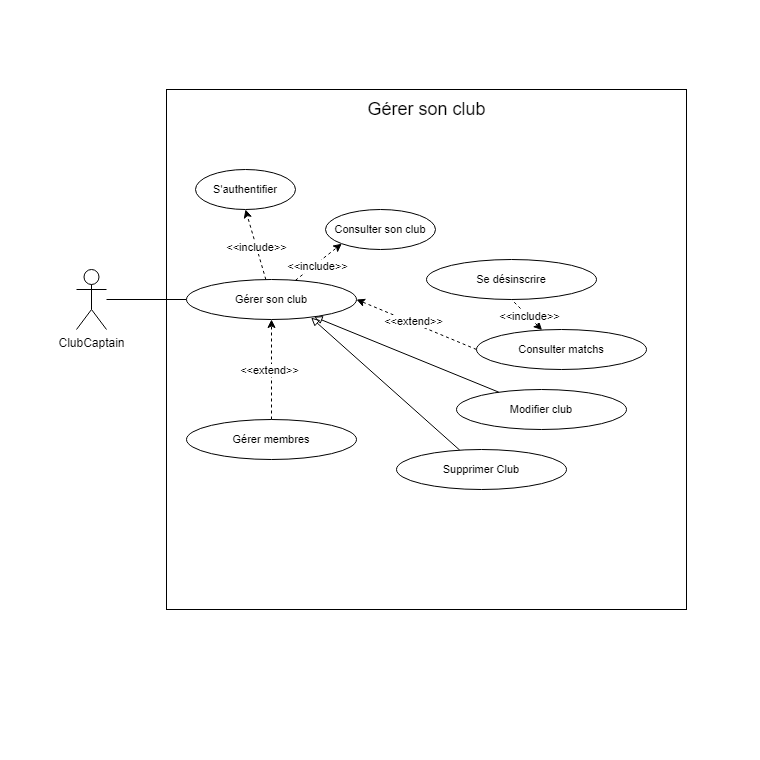
The draw.io diagram Diagram use case Gérer son club.drawio.png in Mathistrg/Styx, before a commit. Source tidied: cells renumbered, new cells last; positions are measured from the earlier drawing's top-left corner, leaving out a move shared by most shapes.
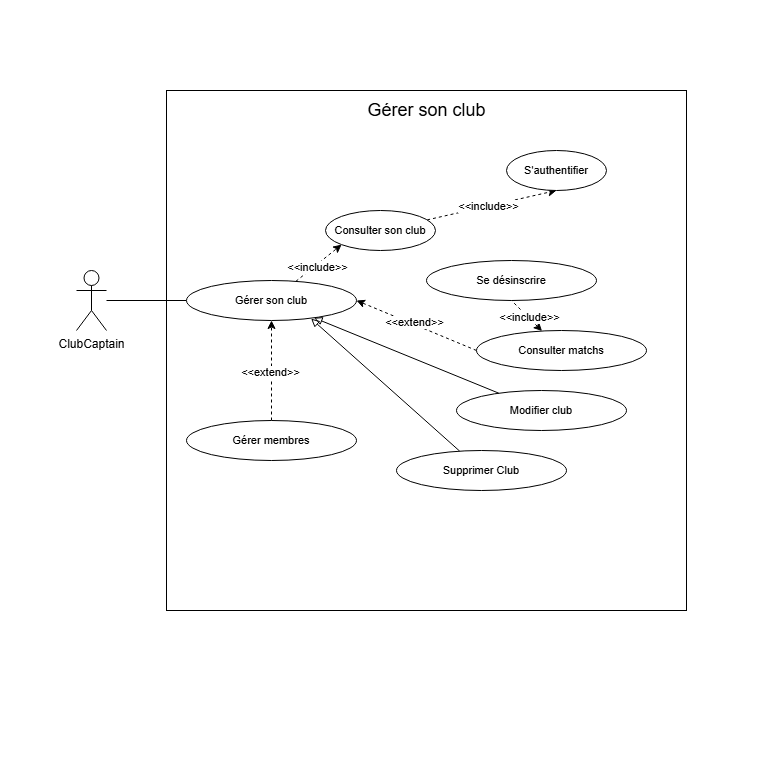
Above is the later version.

Commit message:
Mettre à jour Diagram use case Gérer son club.drawio.png

Change to the diagram source:
```diff
@@ -17,7 +17,7 @@
     <mxCell id="6" value="ClubCaptain" style="shape=umlActor;verticalLabelPosition=bottom;verticalAlign=top;html=1;outlineConnect=0;" parent="1" vertex="1">
       <mxGeometry x="76" y="270" width="30" height="60" as="geometry" />
     </mxCell>
-    <mxCell id="7" style="edgeStyle=none;shape=connector;rounded=0;jettySize=auto;html=1;entryX=0.5;entryY=1;entryDx=0;entryDy=0;dashed=1;strokeColor=default;align=center;verticalAlign=middle;fontFamily=Helvetica;fontSize=11;fontColor=default;labelBackgroundColor=default;endArrow=classic;endFill=1;" parent="1" edge="1" source="13" target="14">
+    <mxCell id="7" style="edgeStyle=none;shape=connector;rounded=0;jettySize=auto;html=1;entryX=0.5;entryY=1;entryDx=0;entryDy=0;dashed=1;strokeColor=default;align=center;verticalAlign=middle;fontFamily=Helvetica;fontSize=11;fontColor=default;labelBackgroundColor=default;endArrow=classic;endFill=1;" parent="1" edge="1" source="18" target="14">
       <mxGeometry relative="1" as="geometry" />
     </mxCell>
     <mxCell id="8" value="&amp;lt;&amp;lt;include&amp;gt;&amp;gt;" style="edgeLabel;html=1;align=center;verticalAlign=middle;fontFamily=Helvetica;fontSize=11;fontColor=default;labelBackgroundColor=default;" parent="7" vertex="1">
@@ -39,7 +39,7 @@
       <mxGeometry x="186" y="280" width="170" height="40" as="geometry" />
     </mxCell>
     <mxCell id="14" value="S'authentifier" style="ellipse;whiteSpace=wrap;html=1;fontFamily=Helvetica;fontSize=11;fontColor=default;labelBackgroundColor=default;" parent="1" vertex="1">
-      <mxGeometry x="195" y="170" width="100" height="40" as="geometry" />
+      <mxGeometry x="506" y="150" width="100" height="40" as="geometry" />
     </mxCell>
     <mxCell id="15" style="edgeStyle=none;shape=connector;rounded=0;jettySize=auto;html=1;entryX=0.5;entryY=1;entryDx=0;entryDy=0;dashed=1;strokeColor=default;align=center;verticalAlign=middle;fontFamily=Helvetica;fontSize=11;fontColor=default;labelBackgroundColor=default;endArrow=none;startArrow=classic;startFill=1;endFill=0;" parent="1" edge="1" source="17" target="19">
       <mxGeometry relative="1" as="geometry" />
```
